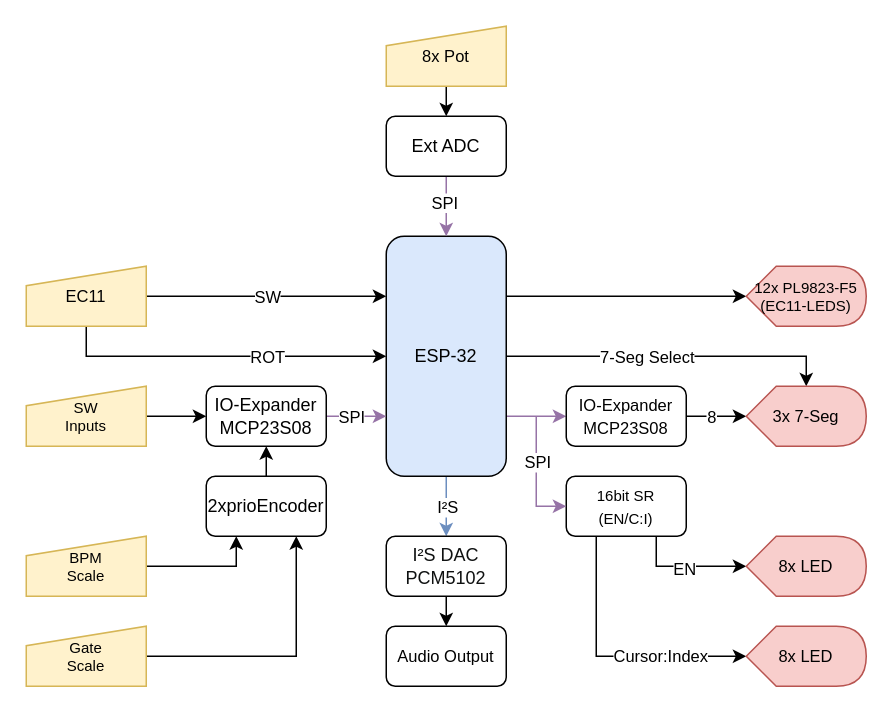
This is docu/v2/BSB_Sequencer_I2S.drawio from s-grundner/HWEP-Sequencer, a draw.io file, before an edit. Source tidied: cells renumbered, new cells numbered last; positions are measured from the earlier drawing's top-left corner, leaving out a move shared by most shapes. Both pictures are drawn from the tidied source at 150%, with x=0, y=0 at pixel (26, 26).
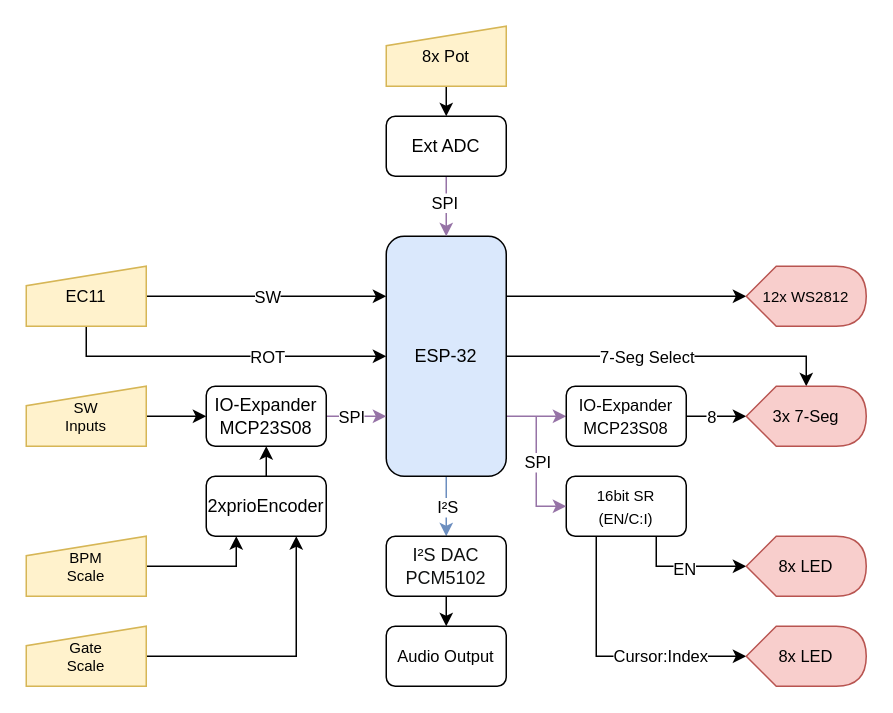
The same page after the edit.

Change to the diagram source:
```diff
@@
-    <mxCell id="21" value="12x PL9823-F5&lt;br&gt;(EC11-LEDS)" style="shape=display;whiteSpace=wrap;html=1;fontSize=10;fillColor=#f8cecc;strokeColor=#b85450;size=0.25;" parent="1" vertex="1">
+    <mxCell id="21" value="12x WS2812" style="shape=display;whiteSpace=wrap;html=1;fontSize=10;fillColor=#f8cecc;strokeColor=#b85450;size=0.25;" parent="1" vertex="1">
       <mxGeometry x="480" y="160" width="80" height="40" as="geometry" />
     </mxCell>
```
